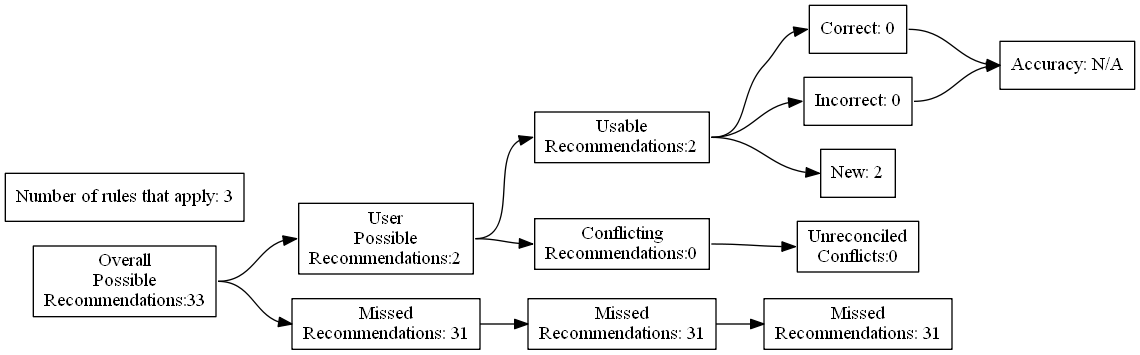
Before: test_renders/108.gv.png, a diagram exported from Graphviz (ZaxR/ibd_diet_analysis). Its source is kept beside it as test_renders/108.gv.
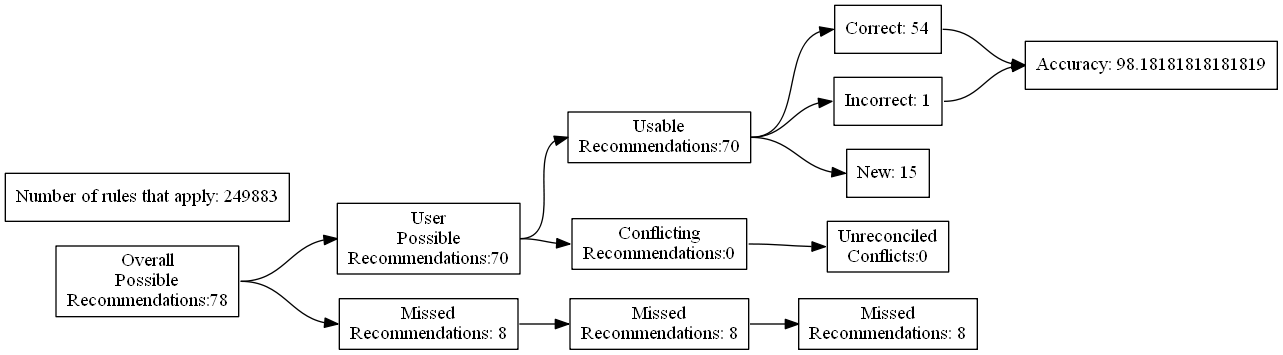
After the commit.

What changed in the source:
```diff
@@ -4,27 +4,27 @@
 	edge [headport=w tailport=e]
 		A [label="Overall
 Possible
-Recommendations:33"]
+Recommendations:78"]
 		B [label="User
 Possible
-Recommendations:2"]
+Recommendations:70"]
 		C [label="Missed
-Recommendations: 31"]
+Recommendations: 8"]
 		D [label="Usable
-Recommendations:2"]
+Recommendations:70"]
 		E [label="Conflicting
 Recommendations:0"]
 		J [label="Missed
-Recommendations: 31"]
+Recommendations: 8"]
 		M [label="Unreconciled
 Conflicts:0"]
-		F [label="Correct: 0"]
-		G [label="Incorrect: 0"]
-		H [label="New: 2"]
+		F [label="Correct: 54"]
+		G [label="Incorrect: 1"]
+		H [label="New: 15"]
 		K [label="Missed
-Recommendations: 31"]
-		I [label="Accuracy: N/A"]
-		l [label="Number of rules that apply: 3"]
+Recommendations: 8"]
+		I [label="Accuracy: 98.18181818181819"]
+		l [label="Number of rules that apply: 249883"]
 			A -> B
 			A -> C
 			B -> D
```
